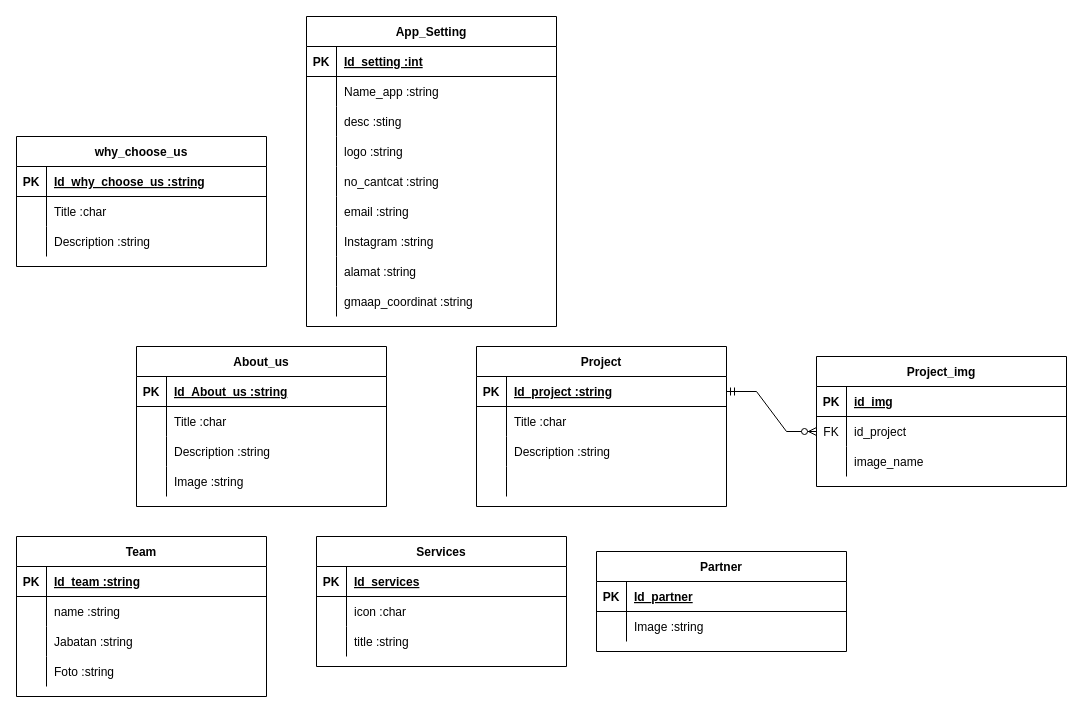
zzarr/Project3-design-diagram keeps this draw.io diagram as devgen.drawio. Above is the earlier version. Source tidied: cells renumbered, new cells numbered last; positions are measured from the earlier drawing's top-left corner, leaving out a move shared by most shapes. Both pictures are drawn from the tidied source at 100%, with x=0, y=0 at pixel (16, 16).
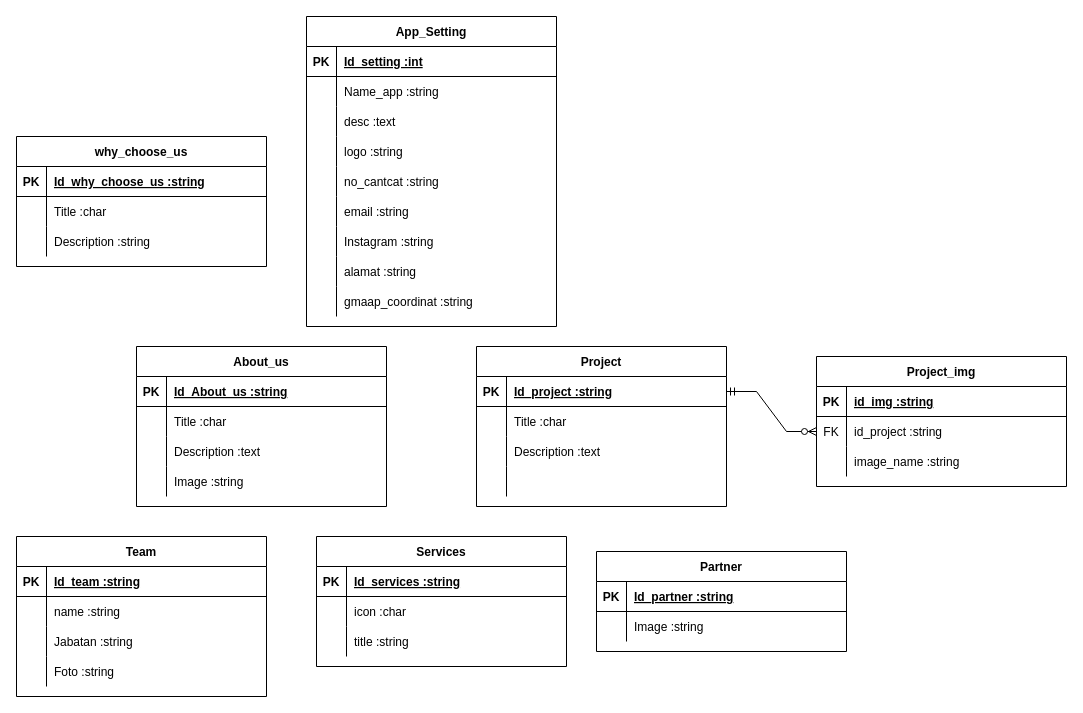
Above is the later version.

The change refers to these unchanged cells:
```xml
<mxCell id="9" style="shape=partialRectangle;fillColor=none;top=0;left=0;right=0;bottom=0;" parent="2" vertex="1">
  <mxGeometry y="90" width="250" height="30" as="geometry" />
</mxCell>
<mxCell id="22" style="shape=partialRectangle;fillColor=none;top=0;left=0;right=0;bottom=0;" parent="15" vertex="1">
  <mxGeometry y="90" width="250" height="30" as="geometry" />
</mxCell>
<mxCell id="35" style="shape=partialRectangle;fillColor=none;top=0;left=0;right=0;bottom=0;" parent="28" vertex="1">
  <mxGeometry y="90" width="250" height="30" as="geometry" />
</mxCell>
<mxCell id="57" style="shape=partialRectangle;fillColor=none;top=0;left=0;right=0;bottom=1;" parent="56" vertex="1">
  <mxGeometry y="30" width="250" height="30" as="geometry" />
</mxCell>
<mxCell id="67" style="shape=partialRectangle;fillColor=none;top=0;left=0;right=0;bottom=1;" parent="66" vertex="1">
  <mxGeometry y="30" width="250" height="30" as="geometry" />
</mxCell>
<mxCell id="87" style="shape=partialRectangle;fillColor=none;top=0;left=0;right=0;bottom=1;" parent="86" vertex="1">
  <mxGeometry y="30" width="250" height="30" as="geometry" />
</mxCell>
<mxCell id="90" style="shape=partialRectangle;fillColor=none;points=[[0,0.5],[1,0.5]];portConstraint=eastwest;top=0;left=0;right=0;bottom=0;" parent="86" vertex="1">
  <mxGeometry y="60" width="250" height="30" as="geometry" />
</mxCell>
<mxCell id="93" style="shape=partialRectangle;fillColor=none;top=0;left=0;right=0;bottom=0;" parent="86" vertex="1">
  <mxGeometry y="90" width="250" height="30" as="geometry" />
</mxCell>
```

What changed in the source:
```diff
@@
-    <mxCell id="11" value="Description :string" style="shape=partialRectangle;overflow=hidden;fillColor=none;top=0;left=0;bottom=0;right=0;align=left;spacingLeft=6;" parent="9" vertex="1">
+    <mxCell id="11" value="Description :text" style="shape=partialRectangle;overflow=hidden;fillColor=none;top=0;left=0;bottom=0;right=0;align=left;spacingLeft=6;" parent="9" vertex="1">
       <mxGeometry x="30" width="220" height="30" as="geometry" />
     </mxCell>
@@
-    <mxCell id="24" value="Description :string" style="shape=partialRectangle;overflow=hidden;fillColor=none;top=0;left=0;bottom=0;right=0;align=left;spacingLeft=6;" parent="22" vertex="1">
+    <mxCell id="24" value="Description :text" style="shape=partialRectangle;overflow=hidden;fillColor=none;top=0;left=0;bottom=0;right=0;align=left;spacingLeft=6;" parent="22" vertex="1">
       <mxGeometry x="30" width="220" height="30" as="geometry" />
     </mxCell>
@@
-    <mxCell id="37" value="desc :sting" style="shape=partialRectangle;overflow=hidden;fillColor=none;top=0;left=0;bottom=0;right=0;align=left;spacingLeft=6;" parent="35" vertex="1">
+    <mxCell id="37" value="desc :text" style="shape=partialRectangle;overflow=hidden;fillColor=none;top=0;left=0;bottom=0;right=0;align=left;spacingLeft=6;" parent="35" vertex="1">
       <mxGeometry x="30" width="220" height="30" as="geometry" />
     </mxCell>
@@
-    <mxCell id="59" value="Id_services" style="shape=partialRectangle;overflow=hidden;fillColor=none;top=0;left=0;bottom=0;right=0;align=left;spacingLeft=6;fontStyle=5;" parent="57" vertex="1">
+    <mxCell id="59" value="Id_services :string" style="shape=partialRectangle;overflow=hidden;fillColor=none;top=0;left=0;bottom=0;right=0;align=left;spacingLeft=6;fontStyle=5;" parent="57" vertex="1">
       <mxGeometry x="30" width="220" height="30" as="geometry" />
     </mxCell>
@@
-    <mxCell id="69" value="Id_partner" style="shape=partialRectangle;overflow=hidden;fillColor=none;top=0;left=0;bottom=0;right=0;align=left;spacingLeft=6;fontStyle=5;" parent="67" vertex="1">
+    <mxCell id="69" value="Id_partner :string" style="shape=partialRectangle;overflow=hidden;fillColor=none;top=0;left=0;bottom=0;right=0;align=left;spacingLeft=6;fontStyle=5;" parent="67" vertex="1">
       <mxGeometry x="30" width="220" height="30" as="geometry" />
     </mxCell>
@@
-    <mxCell id="89" value="id_img" style="shape=partialRectangle;overflow=hidden;fillColor=none;top=0;left=0;bottom=0;right=0;align=left;spacingLeft=6;fontStyle=5;" parent="87" vertex="1">
+    <mxCell id="89" value="id_img :string" style="shape=partialRectangle;overflow=hidden;fillColor=none;top=0;left=0;bottom=0;right=0;align=left;spacingLeft=6;fontStyle=5;" parent="87" vertex="1">
       <mxGeometry x="30" width="220" height="30" as="geometry" />
     </mxCell>
@@
-    <mxCell id="92" value="id_project" style="shape=partialRectangle;overflow=hidden;fillColor=none;top=0;left=0;bottom=0;right=0;align=left;spacingLeft=6;" parent="90" vertex="1">
+    <mxCell id="92" value="id_project :string" style="shape=partialRectangle;overflow=hidden;fillColor=none;top=0;left=0;bottom=0;right=0;align=left;spacingLeft=6;" parent="90" vertex="1">
       <mxGeometry x="30" width="220" height="30" as="geometry" />
     </mxCell>
@@
-    <mxCell id="95" value="image_name" style="shape=partialRectangle;overflow=hidden;fillColor=none;top=0;left=0;bottom=0;right=0;align=left;spacingLeft=6;" parent="93" vertex="1">
+    <mxCell id="95" value="image_name :string" style="shape=partialRectangle;overflow=hidden;fillColor=none;top=0;left=0;bottom=0;right=0;align=left;spacingLeft=6;" parent="93" vertex="1">
       <mxGeometry x="30" width="220" height="30" as="geometry" />
     </mxCell>
```
